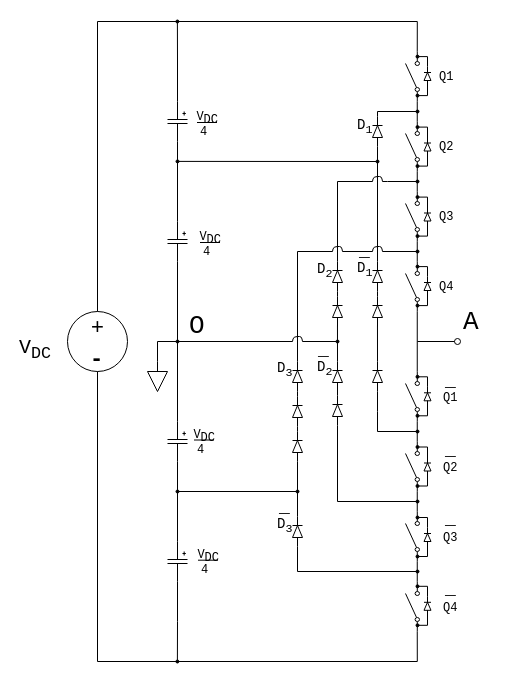
Above: DCMI.drawio in thece36/drawio (draw.io), before the change. Source tidied: cells renumbered, new cells numbered last; positions are measured from the earlier drawing's top-left corner, leaving out a move shared by most shapes. Both pictures are drawn from the tidied source at 100%, with x=0, y=0 at pixel (17, 21).
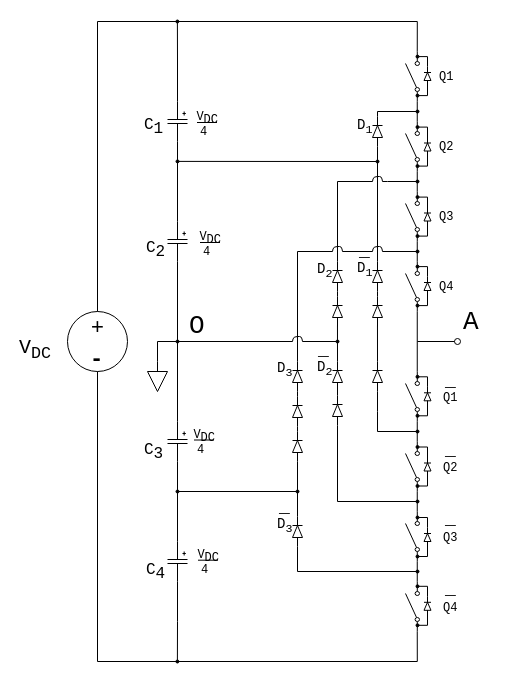
Above is the later version.

Diff of the diagram source:
```diff
@@
+    <mxCell id="138" value="&lt;font style=&quot;font-size: 16px;&quot; face=&quot;Courier New&quot;&gt;C&lt;sub style=&quot;font-size: 16px;&quot;&gt;1&lt;/sub&gt;&lt;/font&gt;" style="text;html=1;align=left;verticalAlign=top;spacingTop=-4;fontSize=16;" parent="1" vertex="1">
+      <mxGeometry x="125" y="90" width="25" height="20" as="geometry" />
+    </mxCell>
+    <mxCell id="139" value="&lt;font style=&quot;font-size: 16px;&quot; face=&quot;Courier New&quot;&gt;C&lt;sub style=&quot;font-size: 16px;&quot;&gt;2&lt;/sub&gt;&lt;/font&gt;" style="text;html=1;align=left;verticalAlign=top;spacingTop=-4;fontSize=16;" parent="1" vertex="1">
+      <mxGeometry x="127" y="212.5" width="30" height="25" as="geometry" />
+    </mxCell>
+    <mxCell id="140" value="&lt;font style=&quot;font-size: 16px&quot; face=&quot;Courier New&quot;&gt;C&lt;sub style=&quot;font-size: 16px&quot;&gt;3&lt;/sub&gt;&lt;/font&gt;" style="text;html=1;align=left;verticalAlign=top;spacingTop=-4;fontSize=16;" parent="1" vertex="1">
+      <mxGeometry x="125" y="415" width="30" height="25" as="geometry" />
+    </mxCell>
+    <mxCell id="141" value="&lt;font style=&quot;font-size: 16px&quot; face=&quot;Courier New&quot;&gt;C&lt;sub style=&quot;font-size: 16px&quot;&gt;4&lt;/sub&gt;&lt;/font&gt;" style="text;html=1;align=left;verticalAlign=top;spacingTop=-4;fontSize=16;" parent="1" vertex="1">
+      <mxGeometry x="127" y="535" width="30" height="25" as="geometry" />
+    </mxCell>
```
